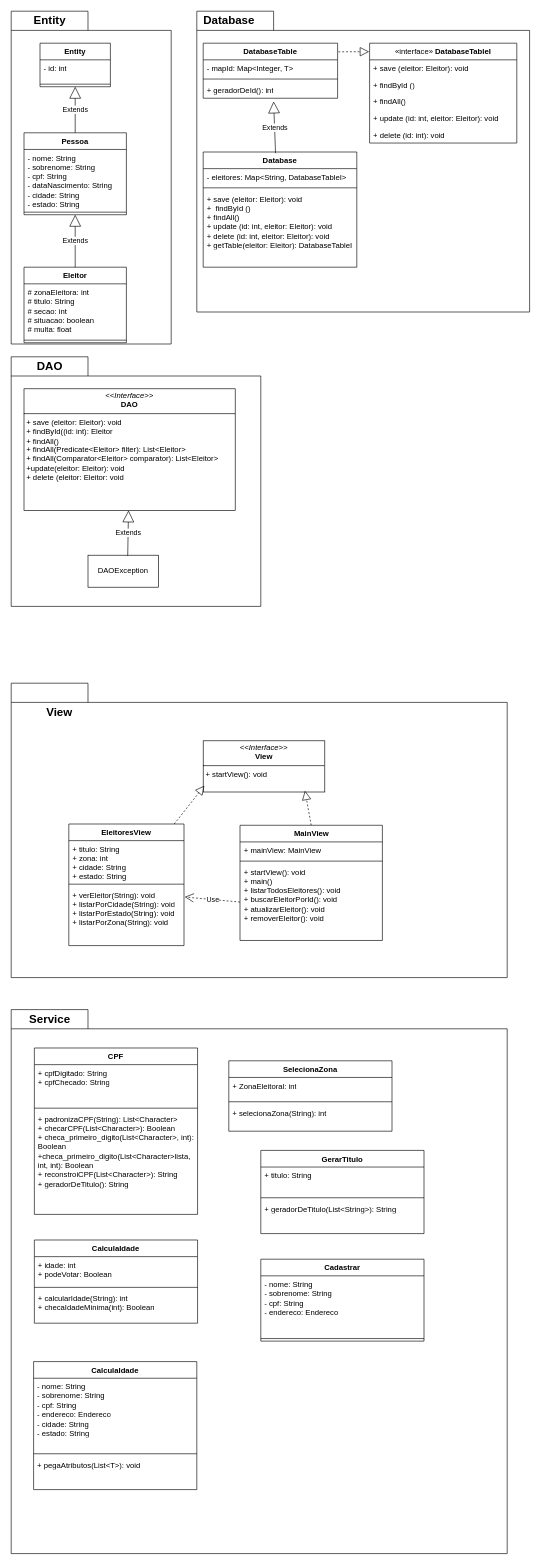
Above: Diagrama sem nome.drawio in fseabra93/proj_final_LP2 (draw.io), before the change. Source tidied: cells renumbered, new cells numbered last; positions are measured from the earlier drawing's top-left corner, leaving out a move shared by most shapes. Both pictures are drawn from the tidied source at 64%, with x=0, y=0 at pixel (11, 11).
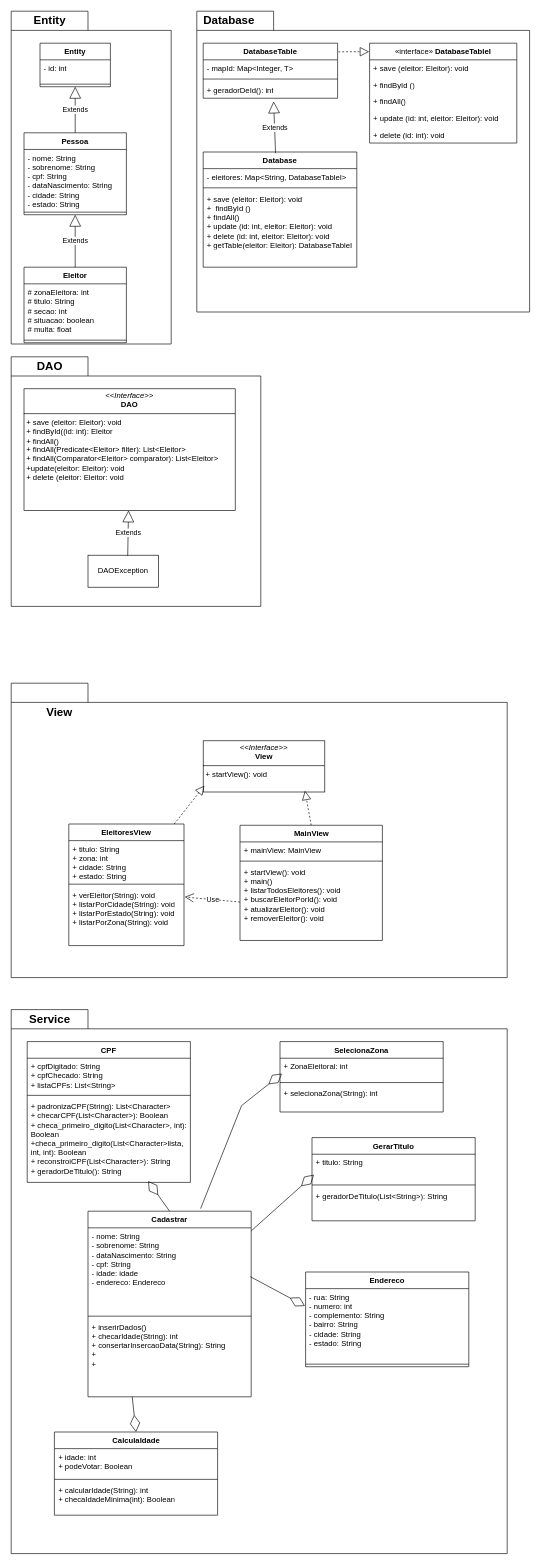
After the change.

Unchanged cells that the change refers to:
```xml
<mxCell id="59" value="+ titulo: String" style="text;strokeColor=none;fillColor=none;align=left;verticalAlign=top;spacingLeft=4;spacingRight=4;overflow=hidden;points=[[0,0.5],[1,0.5]];portConstraint=eastwest;whiteSpace=wrap;html=1;" parent="58" vertex="1">
  <mxGeometry y="26" width="255" height="44" as="geometry" />
</mxCell>
<mxCell id="67" value="&lt;div&gt;+ ZonaEleitoral: int&lt;/div&gt;" style="text;strokeColor=none;fillColor=none;align=left;verticalAlign=top;spacingLeft=4;spacingRight=4;overflow=hidden;points=[[0,0.5],[1,0.5]];portConstraint=eastwest;whiteSpace=wrap;html=1;" parent="66" vertex="1">
  <mxGeometry y="26" width="255" height="34" as="geometry" />
</mxCell>
```

Diff of the diagram source:
```diff
@@
     <mxCell id="54" value="CPF" style="swimlane;fontStyle=1;align=center;verticalAlign=top;horizontal=1;startSize=26;whiteSpace=wrap;html=1;" parent="1" vertex="1">
-      <mxGeometry x="36.2" y="1620" width="255" height="260" as="geometry" />
+      <mxGeometry x="25" y="1610" width="255" height="220" as="geometry" />
     </mxCell>
-    <mxCell id="55" value="+ cpfDigitado: String&lt;div&gt;+ cpfChecado: String&lt;/div&gt;&lt;div&gt;&lt;br&gt;&lt;/div&gt;" style="text;strokeColor=none;fillColor=none;align=left;verticalAlign=top;spacingLeft=4;spacingRight=4;overflow=hidden;whiteSpace=wrap;html=1;" parent="54" vertex="1">
-      <mxGeometry y="26" width="255" height="64" as="geometry" />
+    <mxCell id="55" value="+ cpfDigitado: String&lt;div&gt;+ cpfChecado: String&lt;/div&gt;&lt;div&gt;+ listaCPFs: List&amp;lt;String&amp;gt;&lt;/div&gt;" style="text;strokeColor=none;fillColor=none;align=left;verticalAlign=top;spacingLeft=4;spacingRight=4;overflow=hidden;whiteSpace=wrap;html=1;" parent="54" vertex="1">
+      <mxGeometry y="26" width="255" height="54" as="geometry" />
     </mxCell>
     <mxCell id="56" style="line;strokeWidth=1;fillColor=none;align=left;verticalAlign=middle;spacingTop=-1;spacingLeft=3;spacingRight=3;labelPosition=right;strokeColor=inherit;" parent="54" vertex="1">
-      <mxGeometry y="90" width="255" height="8" as="geometry" />
+      <mxGeometry y="80" width="255" height="8" as="geometry" />
     </mxCell>
     <mxCell id="57" value="+ padronizaCPF(String): List&amp;lt;Character&amp;gt;&lt;div&gt;+&amp;nbsp;checarCPF(List&amp;lt;Character&amp;gt;): Boolean&lt;br&gt;&lt;/div&gt;&lt;div&gt;+&amp;nbsp;checa_primeiro_digito(List&amp;lt;Character&amp;gt;, int): Boolean&lt;/div&gt;&lt;div&gt;+checa_primeiro_digito(List&amp;lt;Character&amp;gt;lista, int, int): Boolean&lt;/div&gt;&lt;div&gt;+&amp;nbsp;reconstroiCPF(List&amp;lt;Character&amp;gt;): String&lt;/div&gt;&lt;div&gt;+&amp;nbsp;geradorDeTitulo(): String&lt;/div&gt;" style="text;strokeColor=none;fillColor=none;align=left;verticalAlign=top;spacingLeft=4;spacingRight=4;overflow=hidden;points=[[0,0.5],[1,0.5]];portConstraint=eastwest;whiteSpace=wrap;html=1;" parent="54" vertex="1">
-      <mxGeometry y="98" width="255" height="162" as="geometry" />
+      <mxGeometry y="88" width="255" height="132" as="geometry" />
     </mxCell>
     <mxCell id="58" value="GerarTitulo" style="swimlane;fontStyle=1;align=center;verticalAlign=top;horizontal=1;startSize=26;whiteSpace=wrap;html=1;" parent="1" vertex="1">
-      <mxGeometry x="390" y="1780" width="255" height="130" as="geometry" />
+      <mxGeometry x="470" y="1760" width="255" height="130" as="geometry" />
     </mxCell>
@@
     <mxCell id="62" value="CalculaIdade" style="swimlane;fontStyle=1;align=center;verticalAlign=top;horizontal=1;startSize=26;whiteSpace=wrap;html=1;" parent="1" vertex="1">
-      <mxGeometry x="36.2" y="1920" width="255" height="130" as="geometry" />
+      <mxGeometry x="67.5" y="2220" width="255" height="130" as="geometry" />
     </mxCell>
@@
     <mxCell id="66" value="SelecionaZona" style="swimlane;fontStyle=1;align=center;verticalAlign=top;horizontal=1;startSize=26;whiteSpace=wrap;html=1;" parent="1" vertex="1">
-      <mxGeometry x="340" y="1640" width="255" height="110" as="geometry" />
+      <mxGeometry x="420" y="1610" width="255" height="110" as="geometry" />
     </mxCell>
@@
-    <mxCell id="71" value="Cadastrar" style="swimlane;fontStyle=1;align=center;verticalAlign=top;horizontal=1;startSize=26;whiteSpace=wrap;html=1;" parent="1" vertex="1">
-      <mxGeometry x="390" y="1950" width="255" height="128" as="geometry" />
-    </mxCell>
-    <mxCell id="72" value="&lt;div&gt;- nome: String&lt;/div&gt;&lt;div&gt;- sobrenome: String&lt;/div&gt;&lt;div&gt;- cpf: String&lt;/div&gt;&lt;div&gt;- endereco: Endereco&lt;/div&gt;" style="text;strokeColor=none;fillColor=none;align=left;verticalAlign=top;spacingLeft=4;spacingRight=4;overflow=hidden;whiteSpace=wrap;html=1;" parent="71" vertex="1">
-      <mxGeometry y="26" width="255" height="94" as="geometry" />
-    </mxCell>
-    <mxCell id="73" style="line;strokeWidth=1;fillColor=none;align=left;verticalAlign=middle;spacingTop=-1;spacingLeft=3;spacingRight=3;labelPosition=right;strokeColor=inherit;" parent="71" vertex="1">
-      <mxGeometry y="120" width="255" height="8" as="geometry" />
-    </mxCell>
-    <mxCell id="74" value="CalculaIdade" style="swimlane;fontStyle=1;align=center;verticalAlign=top;horizontal=1;startSize=26;whiteSpace=wrap;html=1;" parent="1" vertex="1">
-      <mxGeometry x="35" y="2110" width="255" height="200" as="geometry" />
+    <mxCell id="74" value="Cadastrar" style="swimlane;fontStyle=1;align=center;verticalAlign=top;horizontal=1;startSize=26;whiteSpace=wrap;html=1;" parent="1" vertex="1">
+      <mxGeometry x="120" y="1875" width="255" height="290" as="geometry" />
     </mxCell>
-    <mxCell id="75" value="&lt;div&gt;- nome: String&lt;/div&gt;&lt;div&gt;- sobrenome: String&lt;/div&gt;&lt;div&gt;- cpf: String&lt;/div&gt;&lt;div&gt;- endereco: Endereco&lt;/div&gt;&lt;div&gt;- cidade: String&lt;/div&gt;&lt;div&gt;- estado: String&lt;/div&gt;" style="text;strokeColor=none;fillColor=none;align=left;verticalAlign=top;spacingLeft=4;spacingRight=4;overflow=hidden;points=[[0,0.5],[1,0.5]];portConstraint=eastwest;whiteSpace=wrap;html=1;" parent="74" vertex="1">
-      <mxGeometry y="26" width="255" height="114" as="geometry" />
+    <mxCell id="75" value="&lt;div&gt;- nome: String&lt;/div&gt;&lt;div&gt;- sobrenome: String&lt;/div&gt;&lt;div&gt;- dataNascimento: String&lt;/div&gt;&lt;div&gt;- cpf: String&lt;/div&gt;&lt;div&gt;- idade: idade&lt;/div&gt;&lt;div&gt;- endereco: Endereco&lt;/div&gt;" style="text;strokeColor=none;fillColor=none;align=left;verticalAlign=top;spacingLeft=4;spacingRight=4;overflow=hidden;points=[[0,0.5],[1,0.5]];portConstraint=eastwest;whiteSpace=wrap;html=1;" parent="74" vertex="1">
+      <mxGeometry y="26" width="255" height="134" as="geometry" />
     </mxCell>
     <mxCell id="76" style="line;strokeWidth=1;fillColor=none;align=left;verticalAlign=middle;spacingTop=-1;spacingLeft=3;spacingRight=3;labelPosition=right;strokeColor=inherit;" parent="74" vertex="1">
-      <mxGeometry y="140" width="255" height="8" as="geometry" />
+      <mxGeometry y="160" width="255" height="8" as="geometry" />
     </mxCell>
-    <mxCell id="77" value="&lt;div&gt;+ pegaAtributos(List&amp;lt;T&amp;gt;): void&lt;/div&gt;" style="text;strokeColor=none;fillColor=none;align=left;verticalAlign=top;spacingLeft=4;spacingRight=4;overflow=hidden;points=[[0,0.5],[1,0.5]];portConstraint=eastwest;whiteSpace=wrap;html=1;" parent="74" vertex="1">
-      <mxGeometry y="148" width="255" height="52" as="geometry" />
+    <mxCell id="77" value="&lt;div&gt;+ inserirDados()&lt;/div&gt;&lt;div&gt;+ checarIdade(String): int&lt;/div&gt;&lt;div&gt;+&amp;nbsp;consertarInsercaoData(String): String&lt;/div&gt;&lt;div&gt;+&amp;nbsp;&lt;/div&gt;&lt;div&gt;+&lt;/div&gt;" style="text;strokeColor=none;fillColor=none;align=left;verticalAlign=top;spacingLeft=4;spacingRight=4;overflow=hidden;points=[[0,0.5],[1,0.5]];portConstraint=eastwest;whiteSpace=wrap;html=1;" parent="74" vertex="1">
+      <mxGeometry y="168" width="255" height="122" as="geometry" />
     </mxCell>
+    <mxCell id="78" value="Endereco" style="swimlane;fontStyle=1;align=center;verticalAlign=top;horizontal=1;startSize=26;whiteSpace=wrap;html=1;" parent="1" vertex="1">
+      <mxGeometry x="460" y="1970" width="255" height="148" as="geometry" />
+    </mxCell>
+    <mxCell id="79" value="&lt;div&gt;- rua: String&lt;/div&gt;&lt;div&gt;- numero: int&lt;/div&gt;&lt;div&gt;- complemento: String&lt;/div&gt;&lt;div&gt;- bairro: String&lt;/div&gt;&lt;div&gt;- cidade: String&lt;/div&gt;&lt;div&gt;- estado: String&lt;/div&gt;" style="text;strokeColor=none;fillColor=none;align=left;verticalAlign=top;spacingLeft=4;spacingRight=4;overflow=hidden;points=[[0,0.5],[1,0.5]];portConstraint=eastwest;whiteSpace=wrap;html=1;" parent="78" vertex="1">
+      <mxGeometry y="26" width="255" height="114" as="geometry" />
+    </mxCell>
+    <mxCell id="80" style="line;strokeWidth=1;fillColor=none;align=left;verticalAlign=middle;spacingTop=-1;spacingLeft=3;spacingRight=3;labelPosition=right;strokeColor=inherit;" parent="78" vertex="1">
+      <mxGeometry y="140" width="255" height="8" as="geometry" />
+    </mxCell>
+    <mxCell id="81" style="endArrow=diamondThin;endFill=0;endSize=24;html=1;rounded=0;exitX=0.995;exitY=0.57;exitDx=0;exitDy=0;exitPerimeter=0;entryX=-0.004;entryY=0.237;entryDx=0;entryDy=0;entryPerimeter=0;" parent="1" edge="1" source="75" target="79">
+      <mxGeometry relative="1" as="geometry" />
+    </mxCell>
+    <mxCell id="82" style="endArrow=diamondThin;endFill=0;endSize=24;html=1;rounded=0;exitX=0.271;exitY=1;exitDx=0;exitDy=0;exitPerimeter=0;entryX=0.5;entryY=0;entryDx=0;entryDy=0;" parent="1" edge="1" source="77" target="62">
+      <mxGeometry relative="1" as="geometry" />
+    </mxCell>
+    <mxCell id="83" style="endArrow=diamondThin;endFill=0;endSize=24;html=1;rounded=0;exitX=0.5;exitY=0;exitDx=0;exitDy=0;entryX=0.741;entryY=0.985;entryDx=0;entryDy=0;entryPerimeter=0;" parent="1" edge="1" source="74" target="57">
+      <mxGeometry relative="1" as="geometry" />
+    </mxCell>
+    <mxCell id="84" style="endArrow=diamondThin;endFill=0;endSize=24;html=1;rounded=0;exitX=0.69;exitY=-0.014;exitDx=0;exitDy=0;entryX=0.012;entryY=0.706;entryDx=0;entryDy=0;entryPerimeter=0;exitPerimeter=0;" parent="1" edge="1" source="74" target="67">
+      <mxGeometry relative="1" as="geometry">
+        <Array as="points">
+          <mxPoint x="360" y="1710" />
+        </Array>
+      </mxGeometry>
+    </mxCell>
+    <mxCell id="85" style="endArrow=diamondThin;endFill=0;endSize=24;html=1;rounded=0;entryX=0.012;entryY=0.727;entryDx=0;entryDy=0;entryPerimeter=0;" parent="1" edge="1" source="74" target="59">
+      <mxGeometry relative="1" as="geometry" />
+    </mxCell>
```
